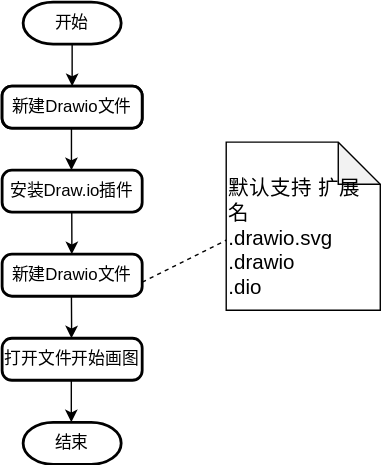
Before: images/quickstart.drawio.svg, a diagram exported from draw.io (mengning/vscode). Source tidied: cells renumbered, new cells last; positions are measured from the earlier drawing's top-left corner, leaving out a move shared by most shapes.
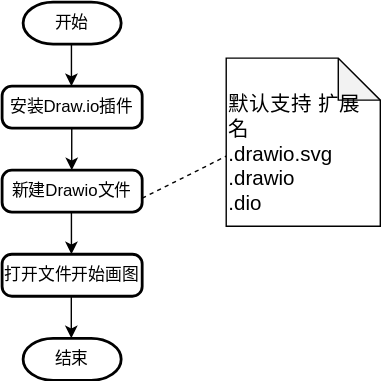
After the commit.

Commit message:
删除了多余步骤

Diff of the diagram source:
```diff
@@ -2,15 +2,9 @@
   <root>
     <mxCell id="0" />
     <mxCell id="1" parent="0" />
-    <mxCell id="2" style="edgeStyle=orthogonalEdgeStyle;rounded=0;jettySize=auto;html=1;entryX=0.5;entryY=0;entryDx=0;entryDy=0;" parent="1" edge="1" source="3" target="4">
-      <mxGeometry relative="1" as="geometry" />
-    </mxCell>
     <mxCell id="3" value="开始" style="strokeWidth=2;html=1;shape=mxgraph.flowchart.terminator;whiteSpace=wrap;" parent="1" vertex="1">
-      <mxGeometry x="15" width="70" height="30" as="geometry" />
+      <mxGeometry x="15" y="60" width="70" height="30" as="geometry" />
     </mxCell>
-    <mxCell id="4" value="安装VS Code" style="rounded=1;whiteSpace=wrap;html=1;absoluteArcSize=1;arcSize=14;strokeWidth=2;" parent="1" vertex="1">
-      <mxGeometry y="60" width="100" height="30" as="geometry" />
-    </mxCell>
     <mxCell id="5" style="edgeStyle=orthogonalEdgeStyle;rounded=0;orthogonalLoop=1;jettySize=auto;html=1;exitX=0.5;exitY=1;exitDx=0;exitDy=0;exitPerimeter=0;" parent="1" edge="1" source="3" target="3">
       <mxGeometry relative="1" as="geometry" />
     </mxCell>
@@ -26,9 +20,6 @@
     <mxCell id="8" value="新建Drawio文件" style="rounded=1;whiteSpace=wrap;html=1;absoluteArcSize=1;arcSize=14;strokeWidth=2;" parent="1" vertex="1">
       <mxGeometry y="180" width="100" height="30" as="geometry" />
     </mxCell>
-    <mxCell id="9" value="新建Drawio文件" style="rounded=1;whiteSpace=wrap;html=1;absoluteArcSize=1;arcSize=14;strokeWidth=2;" parent="1" vertex="1">
-      <mxGeometry y="60" width="100" height="30" as="geometry" />
-    </mxCell>
     <mxCell id="10" style="edgeStyle=orthogonalEdgeStyle;rounded=0;orthogonalLoop=1;jettySize=auto;html=1;entryX=0.5;entryY=0;entryDx=0;entryDy=0;" parent="1" edge="1">
       <mxGeometry relative="1" as="geometry">
         <mxPoint x="49.7" y="150" as="sourcePoint" />
```
